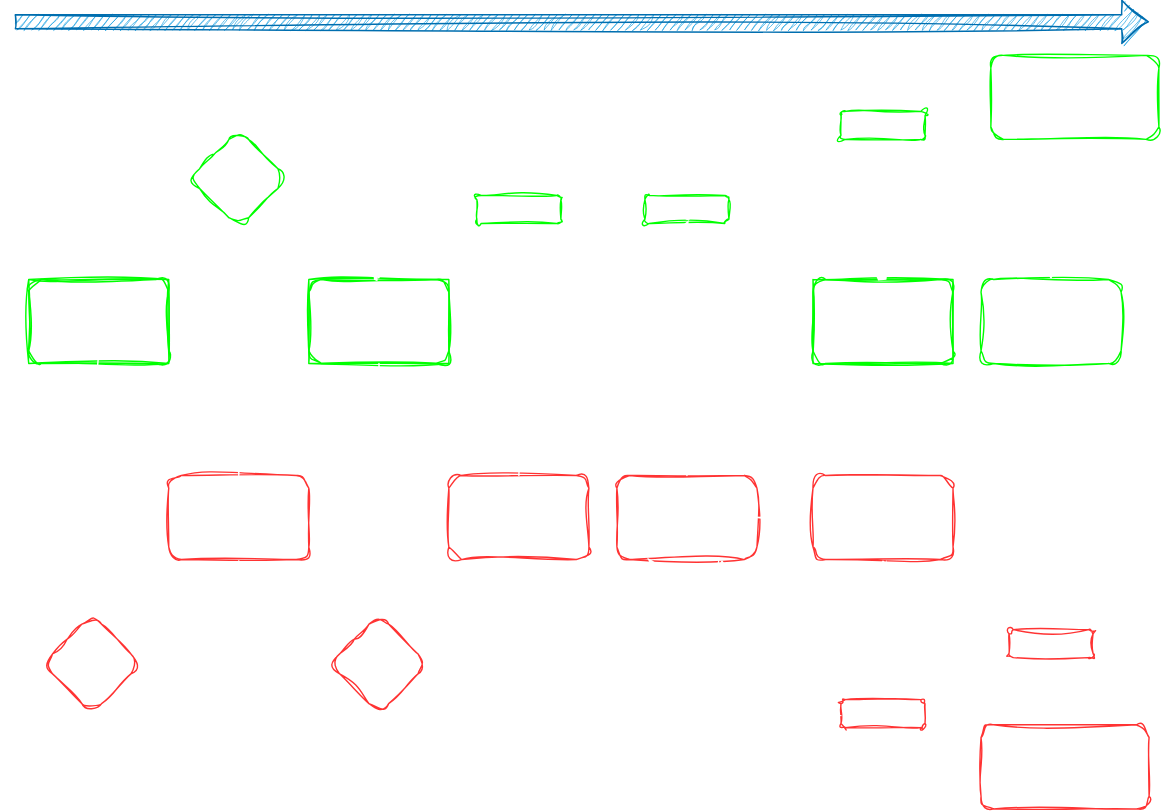
chamallow-team/Aegis-server keeps this draw.io diagram as doc/assets/csp.drawio.svg. Above is the earlier version. Source tidied: cells renumbered, new cells last; positions are measured from the earlier drawing's top-left corner, leaving out a move shared by most shapes.
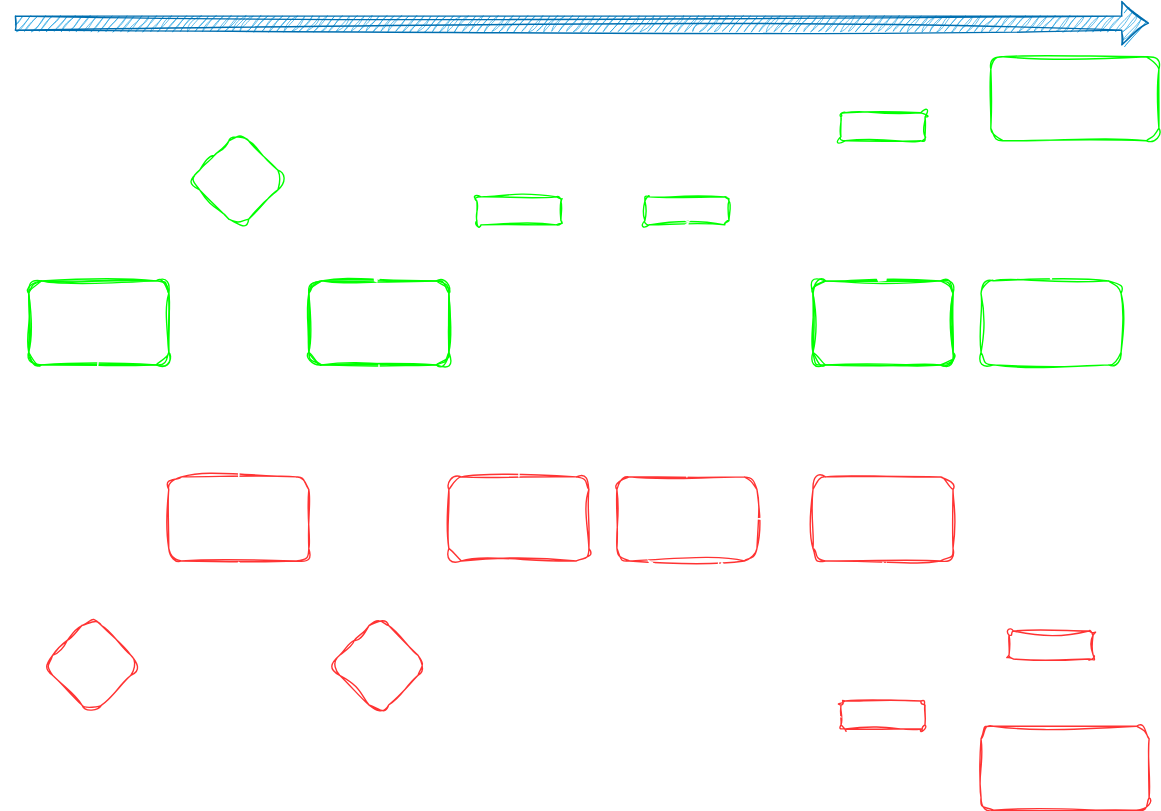
The same file after the commit.

The edit, as a diff of the source:
```diff
@@ -26,49 +26,49 @@
         <mxPoint x="820" y="163.4" as="targetPoint" />
       </mxGeometry>
     </mxCell>
-    <mxCell id="7" style="group;fillColor=none;sketch=1;curveFitting=1;jiggle=2;strokeColor=#00FF00;fontColor=#FFFFFF;horizontal=1;verticalAlign=middle;labelPosition=center;verticalLabelPosition=middle;align=center;" parent="1" vertex="1">
+    <mxCell id="7" style="group;fillColor=none;sketch=1;curveFitting=1;jiggle=2;strokeColor=#00FF00;fontColor=#FFFFFF;horizontal=1;verticalAlign=middle;labelPosition=center;verticalLabelPosition=middle;align=center;rounded=1;" parent="1" vertex="1">
       <mxGeometry x="20" y="184" width="100" height="60" as="geometry" />
     </mxCell>
     <mxCell id="8" value="&lt;font style=&quot;font-size: 13px;&quot;&gt;CONNECT&lt;/font&gt;" style="whiteSpace=wrap;html=1;hachureGap=4;fontFamily=Helvetica;fontSize=20;fillColor=none;rounded=1;verticalAlign=top;sketch=1;curveFitting=1;jiggle=2;strokeColor=#00FF00;fontColor=#FFFFFF;" parent="7" vertex="1">
       <mxGeometry width="100" height="60" as="geometry" />
     </mxCell>
-    <mxCell id="9" value="# Identity # Server&lt;br&gt;# Version # Update" style="text;align=center;fillColor=none;html=1;verticalAlign=middle;whiteSpace=wrap;rounded=0;hachureGap=4;fontFamily=Helvetica;fontSize=10;sketch=1;curveFitting=1;jiggle=2;strokeColor=none;fontColor=#FFFFFF;" parent="7" vertex="1">
+    <mxCell id="9" value="# Identity # Server&lt;br&gt;# Version # Update" style="text;align=center;fillColor=none;html=1;verticalAlign=middle;whiteSpace=wrap;rounded=1;hachureGap=4;fontFamily=Helvetica;fontSize=10;sketch=1;curveFitting=1;jiggle=2;strokeColor=none;fontColor=#FFFFFF;" parent="7" vertex="1">
       <mxGeometry x="5" y="26.1" width="90" height="26.1" as="geometry" />
     </mxCell>
-    <mxCell id="10" style="group;strokeColor=none;fontColor=#FFFFFF;" parent="1" vertex="1">
+    <mxCell id="10" style="group;strokeColor=none;fontColor=#FFFFFF;rounded=1;" parent="1" vertex="1">
       <mxGeometry x="120" y="324" width="100" height="60" as="geometry" />
     </mxCell>
     <mxCell id="11" value="&lt;font style=&quot;font-size: 13px;&quot;&gt;ERROR&lt;/font&gt;" style="whiteSpace=wrap;html=1;sketch=1;hachureGap=4;jiggle=2;curveFitting=1;fontFamily=Helvetica;fontSize=20;fontColor=#FFFFFF;fillColor=none;strokeColor=#FF3333;rounded=1;verticalAlign=top;" parent="10" vertex="1">
       <mxGeometry width="100" height="60" as="geometry" />
     </mxCell>
-    <mxCell id="12" value="[data]" style="text;strokeColor=none;align=center;fillColor=none;html=1;verticalAlign=middle;whiteSpace=wrap;rounded=0;sketch=1;hachureGap=4;jiggle=2;curveFitting=1;fontFamily=Helvetica;fontSize=10;fontColor=#FFFFFF;" parent="10" vertex="1">
+    <mxCell id="12" value="[data]" style="text;strokeColor=none;align=center;fillColor=none;html=1;verticalAlign=middle;whiteSpace=wrap;rounded=1;sketch=1;hachureGap=4;jiggle=2;curveFitting=1;fontFamily=Helvetica;fontSize=10;fontColor=#FFFFFF;" parent="10" vertex="1">
       <mxGeometry x="26" y="26.1" width="48" height="26.1" as="geometry" />
     </mxCell>
-    <mxCell id="13" style="group;fillColor=none;sketch=1;curveFitting=1;jiggle=2;strokeColor=#00FF00;fontColor=#FFFFFF;" parent="1" vertex="1">
+    <mxCell id="13" style="group;fillColor=none;sketch=1;curveFitting=1;jiggle=2;strokeColor=#00FF00;fontColor=#FFFFFF;rounded=1;" parent="1" vertex="1">
       <mxGeometry x="220" y="184" width="100" height="60" as="geometry" />
     </mxCell>
     <mxCell id="14" value="&lt;font style=&quot;font-size: 13px;&quot;&gt;AUTH&lt;/font&gt;" style="whiteSpace=wrap;html=1;hachureGap=4;fontFamily=Helvetica;fontSize=20;fillColor=none;rounded=1;verticalAlign=top;sketch=1;curveFitting=1;jiggle=2;strokeColor=#00FF00;fontColor=#FFFFFF;" parent="13" vertex="1">
       <mxGeometry width="100" height="60" as="geometry" />
     </mxCell>
-    <mxCell id="15" value="[data]" style="text;align=center;fillColor=none;html=1;verticalAlign=middle;whiteSpace=wrap;rounded=0;hachureGap=4;fontFamily=Helvetica;fontSize=10;sketch=1;curveFitting=1;jiggle=2;strokeColor=none;fontColor=#FFFFFF;" parent="13" vertex="1">
+    <mxCell id="15" value="[data]" style="text;align=center;fillColor=none;html=1;verticalAlign=middle;whiteSpace=wrap;rounded=1;hachureGap=4;fontFamily=Helvetica;fontSize=10;sketch=1;curveFitting=1;jiggle=2;strokeColor=none;fontColor=#FFFFFF;" parent="13" vertex="1">
       <mxGeometry x="20" y="26.1" width="60" height="26.1" as="geometry" />
     </mxCell>
-    <mxCell id="16" style="group;fontColor=#FFFFFF;" parent="1" vertex="1">
+    <mxCell id="16" style="group;fontColor=#FFFFFF;rounded=1;" parent="1" vertex="1">
       <mxGeometry x="320" y="324" width="100" height="60" as="geometry" />
     </mxCell>
     <mxCell id="17" value="&lt;font style=&quot;font-size: 13px;&quot;&gt;AUTH&lt;/font&gt;" style="whiteSpace=wrap;html=1;sketch=1;hachureGap=4;jiggle=2;curveFitting=1;fontFamily=Helvetica;fontSize=20;fontColor=#FFFFFF;fillColor=none;strokeColor=#FF3333;rounded=1;verticalAlign=top;" parent="16" vertex="1">
       <mxGeometry width="100" height="60" as="geometry" />
     </mxCell>
-    <mxCell id="18" value="# Identity" style="text;strokeColor=none;align=center;fillColor=none;html=1;verticalAlign=middle;whiteSpace=wrap;rounded=0;sketch=1;hachureGap=4;jiggle=2;curveFitting=1;fontFamily=Helvetica;fontSize=10;fontColor=#FFFFFF;" parent="16" vertex="1">
+    <mxCell id="18" value="# Identity" style="text;strokeColor=none;align=center;fillColor=none;html=1;verticalAlign=middle;whiteSpace=wrap;rounded=1;sketch=1;hachureGap=4;jiggle=2;curveFitting=1;fontFamily=Helvetica;fontSize=10;fontColor=#FFFFFF;" parent="16" vertex="1">
       <mxGeometry x="20" y="26.1" width="60" height="26.1" as="geometry" />
     </mxCell>
-    <mxCell id="19" style="group;strokeColor=none;fontColor=#FFFFFF;" parent="1" vertex="1">
+    <mxCell id="19" style="group;strokeColor=none;fontColor=#FFFFFF;rounded=1;" parent="1" vertex="1">
       <mxGeometry x="440" y="324" width="100" height="60" as="geometry" />
     </mxCell>
     <mxCell id="20" value="&lt;font style=&quot;font-size: 13px;&quot;&gt;STATE&lt;/font&gt;" style="whiteSpace=wrap;html=1;sketch=1;hachureGap=4;jiggle=2;curveFitting=1;fontFamily=Helvetica;fontSize=20;fontColor=#FFFFFF;fillColor=none;strokeColor=#FF3333;rounded=1;verticalAlign=top;" parent="19" vertex="1">
       <mxGeometry width="100" height="60" as="geometry" />
     </mxCell>
-    <mxCell id="21" value="[data]" style="text;strokeColor=none;align=center;fillColor=none;html=1;verticalAlign=middle;whiteSpace=wrap;rounded=0;sketch=1;hachureGap=4;jiggle=2;curveFitting=1;fontFamily=Helvetica;fontSize=10;fontColor=#FFFFFF;" parent="19" vertex="1">
+    <mxCell id="21" value="[data]" style="text;strokeColor=none;align=center;fillColor=none;html=1;verticalAlign=middle;whiteSpace=wrap;rounded=1;sketch=1;hachureGap=4;jiggle=2;curveFitting=1;fontFamily=Helvetica;fontSize=10;fontColor=#FFFFFF;" parent="19" vertex="1">
       <mxGeometry x="20" y="26.1" width="60" height="26.1" as="geometry" />
     </mxCell>
     <mxCell id="22" style="edgeStyle=none;rounded=1;hachureGap=4;html=1;fontFamily=Helvetica;fontSize=10;fontColor=#FFFFFF;startArrow=none;startFill=0;endArrow=classic;endFill=1;fillColor=none;sketch=1;curveFitting=1;jiggle=2;strokeColor=#FFFFFF;" parent="1" edge="1" source="23">
@@ -79,22 +79,22 @@
     <mxCell id="23" value="&lt;font style=&quot;font-size: 13px;&quot;&gt;DISCONNECT&lt;/font&gt;" style="whiteSpace=wrap;html=1;hachureGap=4;fontFamily=Helvetica;fontSize=20;fillColor=none;rounded=1;verticalAlign=top;sketch=1;curveFitting=1;jiggle=2;strokeColor=#00FF00;fontColor=#FFFFFF;" parent="1" vertex="1">
       <mxGeometry x="700" y="184" width="100" height="60" as="geometry" />
     </mxCell>
-    <mxCell id="24" style="group;strokeColor=none;fontColor=#FFFFFF;" parent="1" vertex="1">
+    <mxCell id="24" style="group;strokeColor=none;fontColor=#FFFFFF;rounded=1;" parent="1" vertex="1">
       <mxGeometry x="580" y="324" width="100" height="60" as="geometry" />
     </mxCell>
     <mxCell id="25" value="&lt;font style=&quot;font-size: 13px;&quot;&gt;UPDATE&lt;/font&gt;" style="whiteSpace=wrap;html=1;sketch=1;hachureGap=4;jiggle=2;curveFitting=1;fontFamily=Helvetica;fontSize=20;fontColor=#FFFFFF;fillColor=none;strokeColor=#FF3333;rounded=1;verticalAlign=top;" parent="24" vertex="1">
       <mxGeometry width="100" height="60" as="geometry" />
     </mxCell>
-    <mxCell id="26" value="[data]" style="text;strokeColor=none;align=center;fillColor=none;html=1;verticalAlign=middle;whiteSpace=wrap;rounded=0;sketch=1;hachureGap=4;jiggle=2;curveFitting=1;fontFamily=Helvetica;fontSize=10;fontColor=#FFFFFF;" parent="24" vertex="1">
+    <mxCell id="26" value="[data]" style="text;strokeColor=none;align=center;fillColor=none;html=1;verticalAlign=middle;whiteSpace=wrap;rounded=1;sketch=1;hachureGap=4;jiggle=2;curveFitting=1;fontFamily=Helvetica;fontSize=10;fontColor=#FFFFFF;" parent="24" vertex="1">
       <mxGeometry x="20" y="26.1" width="60" height="26.1" as="geometry" />
     </mxCell>
-    <mxCell id="27" style="group;fillColor=none;sketch=1;curveFitting=1;jiggle=2;strokeColor=#00FF00;fontColor=#FFFFFF;" parent="1" vertex="1">
+    <mxCell id="27" style="group;fillColor=none;sketch=1;curveFitting=1;jiggle=2;strokeColor=#00FF00;fontColor=#FFFFFF;rounded=1;" parent="1" vertex="1">
       <mxGeometry x="580" y="184" width="100" height="60" as="geometry" />
     </mxCell>
     <mxCell id="28" value="&lt;font style=&quot;font-size: 13px;&quot;&gt;ACTION&lt;/font&gt;" style="whiteSpace=wrap;html=1;hachureGap=4;fontFamily=Helvetica;fontSize=20;fillColor=none;rounded=1;verticalAlign=top;sketch=1;curveFitting=1;jiggle=2;strokeColor=#00FF00;fontColor=#FFFFFF;" parent="27" vertex="1">
       <mxGeometry width="100" height="60" as="geometry" />
     </mxCell>
-    <mxCell id="29" value="[data]" style="text;align=center;fillColor=none;html=1;verticalAlign=middle;whiteSpace=wrap;rounded=0;hachureGap=4;fontFamily=Helvetica;fontSize=10;sketch=1;curveFitting=1;jiggle=2;strokeColor=none;fontColor=#FFFFFF;" parent="27" vertex="1">
+    <mxCell id="29" value="[data]" style="text;align=center;fillColor=none;html=1;verticalAlign=middle;whiteSpace=wrap;rounded=1;hachureGap=4;fontFamily=Helvetica;fontSize=10;sketch=1;curveFitting=1;jiggle=2;strokeColor=none;fontColor=#FFFFFF;" parent="27" vertex="1">
       <mxGeometry x="20" y="26.1" width="60" height="26.1" as="geometry" />
     </mxCell>
     <mxCell id="30" style="edgeStyle=none;rounded=1;sketch=1;hachureGap=4;jiggle=2;curveFitting=1;html=1;strokeColor=#FFFFFF;fontFamily=Helvetica;fontSize=10;fontColor=#FFFFFF;startArrow=none;startFill=0;endArrow=classic;endFill=1;" parent="1" edge="1" source="11">
@@ -133,10 +133,10 @@
     <mxCell id="36" value="&lt;font style=&quot;font-size: 10px;&quot;&gt;Valid&amp;nbsp;&lt;br&gt;&lt;/font&gt;" style="rhombus;whiteSpace=wrap;html=1;rounded=1;sketch=1;hachureGap=4;jiggle=2;curveFitting=1;strokeColor=#FF3333;fontFamily=Helvetica;fontSize=12;fontColor=#FFFFFF;fillColor=none;verticalAlign=middle;" parent="1" vertex="1">
       <mxGeometry x="30" y="423" width="70" height="71" as="geometry" />
     </mxCell>
-    <mxCell id="37" value="No" style="text;strokeColor=none;align=center;fillColor=none;html=1;verticalAlign=middle;whiteSpace=wrap;rounded=0;sketch=1;hachureGap=4;jiggle=2;curveFitting=1;fontFamily=Helvetica;fontSize=10;fontColor=#FFFFFF;" parent="1" vertex="1">
+    <mxCell id="37" value="No" style="text;strokeColor=none;align=center;fillColor=none;html=1;verticalAlign=middle;whiteSpace=wrap;rounded=1;sketch=1;hachureGap=4;jiggle=2;curveFitting=1;fontFamily=Helvetica;fontSize=10;fontColor=#FFFFFF;" parent="1" vertex="1">
       <mxGeometry x="100" y="434" width="20" height="20" as="geometry" />
     </mxCell>
-    <mxCell id="38" value="Yes" style="text;strokeColor=none;align=center;fillColor=none;html=1;verticalAlign=middle;whiteSpace=wrap;rounded=0;sketch=1;hachureGap=4;jiggle=2;curveFitting=1;fontFamily=Helvetica;fontSize=10;fontColor=#FFFFFF;" parent="1" vertex="1">
+    <mxCell id="38" value="Yes" style="text;strokeColor=none;align=center;fillColor=none;html=1;verticalAlign=middle;whiteSpace=wrap;rounded=1;sketch=1;hachureGap=4;jiggle=2;curveFitting=1;fontFamily=Helvetica;fontSize=10;fontColor=#FFFFFF;" parent="1" vertex="1">
       <mxGeometry x="80" y="482" width="20" height="20" as="geometry" />
     </mxCell>
     <mxCell id="39" style="edgeStyle=none;rounded=1;sketch=1;hachureGap=4;jiggle=2;curveFitting=1;html=1;labelBackgroundColor=none;strokeColor=#FFFFFF;fontFamily=Helvetica;fontSize=10;fontColor=#FFFFFF;startArrow=none;startFill=0;endArrow=classic;endFill=1;" parent="1" edge="1" source="41">
@@ -154,13 +154,13 @@
     <mxCell id="41" value="&lt;font style=&quot;font-size: 10px;&quot;&gt;error about&lt;br&gt;# Identity&lt;br&gt;&lt;/font&gt;" style="rhombus;whiteSpace=wrap;html=1;rounded=1;sketch=1;hachureGap=4;jiggle=2;curveFitting=1;strokeColor=#00FF00;fontFamily=Helvetica;fontSize=12;fontColor=#FFFFFF;fillColor=none;verticalAlign=middle;" parent="1" vertex="1">
       <mxGeometry x="135" y="77" width="70" height="70" as="geometry" />
     </mxCell>
-    <mxCell id="42" value="Yes" style="text;strokeColor=none;align=center;fillColor=none;html=1;verticalAlign=middle;whiteSpace=wrap;rounded=0;sketch=1;hachureGap=4;jiggle=2;curveFitting=1;fontFamily=Helvetica;fontSize=10;fontColor=#FFFFFF;" parent="1" vertex="1">
+    <mxCell id="42" value="Yes" style="text;strokeColor=none;align=center;fillColor=none;html=1;verticalAlign=middle;whiteSpace=wrap;rounded=1;sketch=1;hachureGap=4;jiggle=2;curveFitting=1;fontFamily=Helvetica;fontSize=10;fontColor=#FFFFFF;" parent="1" vertex="1">
       <mxGeometry x="205" y="84" width="20" height="20" as="geometry" />
     </mxCell>
-    <mxCell id="43" value="No" style="text;strokeColor=none;align=center;fillColor=none;html=1;verticalAlign=middle;whiteSpace=wrap;rounded=0;sketch=1;hachureGap=4;jiggle=2;curveFitting=1;fontFamily=Helvetica;fontSize=10;fontColor=#FFFFFF;" parent="1" vertex="1">
+    <mxCell id="43" value="No" style="text;strokeColor=none;align=center;fillColor=none;html=1;verticalAlign=middle;whiteSpace=wrap;rounded=1;sketch=1;hachureGap=4;jiggle=2;curveFitting=1;fontFamily=Helvetica;fontSize=10;fontColor=#FFFFFF;" parent="1" vertex="1">
       <mxGeometry x="140" y="64" width="20" height="20" as="geometry" />
     </mxCell>
-    <mxCell id="44" value="..." style="text;strokeColor=none;align=center;fillColor=none;html=1;verticalAlign=middle;whiteSpace=wrap;rounded=0;sketch=1;hachureGap=4;jiggle=2;curveFitting=1;fontFamily=Helvetica;fontSize=10;fontColor=#FFFFFF;" parent="1" vertex="1">
+    <mxCell id="44" value="..." style="text;strokeColor=none;align=center;fillColor=none;html=1;verticalAlign=middle;whiteSpace=wrap;rounded=1;sketch=1;hachureGap=4;jiggle=2;curveFitting=1;fontFamily=Helvetica;fontSize=10;fontColor=#FFFFFF;" parent="1" vertex="1">
       <mxGeometry x="160" y="24" width="20" height="20" as="geometry" />
     </mxCell>
     <mxCell id="45" style="edgeStyle=none;rounded=1;sketch=1;hachureGap=4;jiggle=2;curveFitting=1;html=1;entryX=0.531;entryY=1.069;entryDx=0;entryDy=0;entryPerimeter=0;labelBackgroundColor=none;strokeColor=#FFFFFF;fontFamily=Helvetica;fontSize=10;fontColor=#FFFFFF;startArrow=none;startFill=0;endArrow=classic;endFill=1;" parent="1" edge="1" source="48" target="17">
@@ -188,10 +188,10 @@
     <mxCell id="48" value="&lt;font style=&quot;font-size: 10px;&quot;&gt;Valid&amp;nbsp;&lt;br&gt;[Auth]&lt;br&gt;&lt;/font&gt;" style="rhombus;whiteSpace=wrap;html=1;rounded=1;sketch=1;hachureGap=4;jiggle=2;curveFitting=1;strokeColor=#FF3333;fontFamily=Helvetica;fontSize=12;fontColor=#FFFFFF;fillColor=none;verticalAlign=middle;" parent="1" vertex="1">
       <mxGeometry x="235" y="423" width="70" height="71" as="geometry" />
     </mxCell>
-    <mxCell id="49" value="No" style="text;strokeColor=none;align=center;fillColor=none;html=1;verticalAlign=middle;whiteSpace=wrap;rounded=0;sketch=1;hachureGap=4;jiggle=2;curveFitting=1;fontFamily=Helvetica;fontSize=10;fontColor=#FFFFFF;" parent="1" vertex="1">
+    <mxCell id="49" value="No" style="text;strokeColor=none;align=center;fillColor=none;html=1;verticalAlign=middle;whiteSpace=wrap;rounded=1;sketch=1;hachureGap=4;jiggle=2;curveFitting=1;fontFamily=Helvetica;fontSize=10;fontColor=#FFFFFF;" parent="1" vertex="1">
       <mxGeometry x="220" y="434" width="20" height="20" as="geometry" />
     </mxCell>
-    <mxCell id="50" value="Yes" style="text;strokeColor=none;align=center;fillColor=none;html=1;verticalAlign=middle;whiteSpace=wrap;rounded=0;sketch=1;hachureGap=4;jiggle=2;curveFitting=1;fontFamily=Helvetica;fontSize=10;fontColor=#FFFFFF;" parent="1" vertex="1">
+    <mxCell id="50" value="Yes" style="text;strokeColor=none;align=center;fillColor=none;html=1;verticalAlign=middle;whiteSpace=wrap;rounded=1;sketch=1;hachureGap=4;jiggle=2;curveFitting=1;fontFamily=Helvetica;fontSize=10;fontColor=#FFFFFF;" parent="1" vertex="1">
       <mxGeometry x="300" y="434" width="20" height="20" as="geometry" />
     </mxCell>
     <mxCell id="51" value="&lt;p style=&quot;line-height: 70%;&quot;&gt;&lt;font style=&quot;font-size: 10px;&quot;&gt;save identity&lt;/font&gt;&lt;/p&gt;" style="whiteSpace=wrap;html=1;hachureGap=4;fontFamily=Helvetica;fontSize=20;fillColor=none;rounded=1;verticalAlign=middle;sketch=1;curveFitting=1;jiggle=2;strokeColor=#00FF00;fontColor=#FFFFFF;" parent="1" vertex="1">
@@ -233,7 +233,7 @@
     <mxCell id="60" value="&lt;p style=&quot;line-height: 70%;&quot;&gt;&lt;span style=&quot;font-size: 10px;&quot;&gt;Handle&lt;/span&gt;&lt;/p&gt;" style="whiteSpace=wrap;html=1;hachureGap=4;fontFamily=Helvetica;fontSize=20;fillColor=none;rounded=1;verticalAlign=middle;sketch=1;curveFitting=1;jiggle=2;strokeColor=#FF3333;fontColor=#FFFFFF;" parent="1" vertex="1">
       <mxGeometry x="720" y="434" width="60" height="20" as="geometry" />
     </mxCell>
-    <mxCell id="61" value="# Header&lt;br&gt;[Data]" style="text;strokeColor=none;align=left;fillColor=none;html=1;verticalAlign=middle;whiteSpace=wrap;rounded=0;sketch=1;hachureGap=4;jiggle=2;curveFitting=1;fontFamily=Helvetica;fontSize=10;fontColor=#FFFFFF;" parent="1" vertex="1">
+    <mxCell id="61" value="# Header&lt;br&gt;[Data]" style="text;strokeColor=none;align=left;fillColor=none;html=1;verticalAlign=middle;whiteSpace=wrap;rounded=1;sketch=1;hachureGap=4;jiggle=2;curveFitting=1;fontFamily=Helvetica;fontSize=10;fontColor=#FFFFFF;" parent="1" vertex="1">
       <mxGeometry y="14" width="60" height="30" as="geometry" />
     </mxCell>
     <mxCell id="62" style="edgeStyle=none;orthogonalLoop=1;jettySize=auto;html=1;rounded=1;labelBackgroundColor=none;sketch=1;hachureGap=4;jiggle=2;curveFitting=1;strokeColor=#FFFFFF;fontFamily=Helvetica;fontSize=10;fontColor=#FFFFFF;startArrow=none;startFill=0;endArrow=classic;endFill=0;" parent="1" edge="1">
@@ -251,7 +251,7 @@
         </Array>
       </mxGeometry>
     </mxCell>
-    <mxCell id="63" style="edgeStyle=none;sketch=1;hachureGap=4;jiggle=2;curveFitting=1;html=1;exitX=1;exitY=0.5;exitDx=0;exitDy=0;strokeColor=#FFFFFF;fontFamily=Architects Daughter;fontSource=https%3A%2F%2Ffonts.googleapis.com%2Fcss%3Ffamily%3DArchitects%2BDaughter;fontSize=16;entryX=0;entryY=0.5;entryDx=0;entryDy=0;" parent="1" edge="1" source="20" target="59">
+    <mxCell id="63" style="edgeStyle=none;sketch=1;hachureGap=4;jiggle=2;curveFitting=1;html=1;exitX=1;exitY=0.5;exitDx=0;exitDy=0;strokeColor=#FFFFFF;fontFamily=Architects Daughter;fontSource=https%3A%2F%2Ffonts.googleapis.com%2Fcss%3Ffamily%3DArchitects%2BDaughter;fontSize=16;entryX=0;entryY=0.5;entryDx=0;entryDy=0;rounded=1;" parent="1" edge="1" source="20" target="59">
       <mxGeometry relative="1" as="geometry">
         <Array as="points">
           <mxPoint x="560" y="354" />
```
